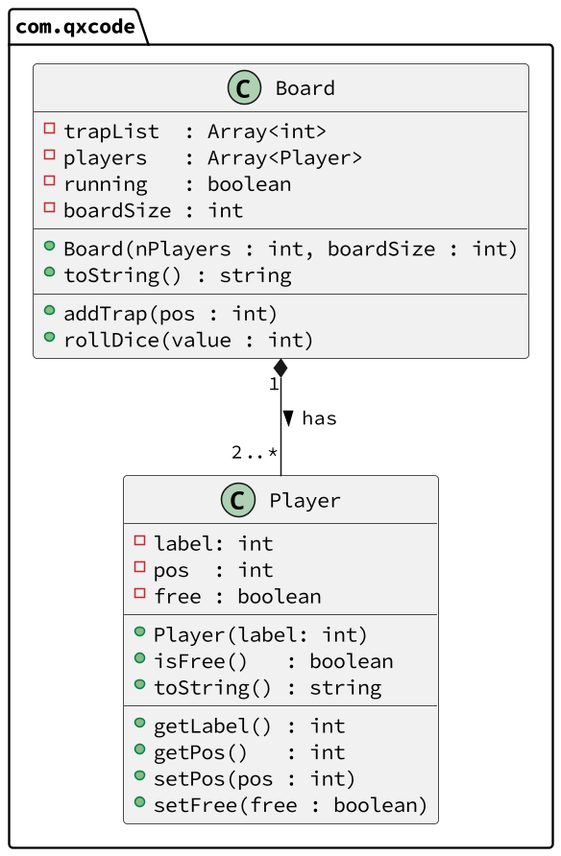
The PlantUML diagram base/041/diagrama.png in qxcodepoo/arcade, before a commit. The source it was exported from:
```plantuml
@startuml

skinparam defaultFontName Hasklig
skinparam dpi 150

package com.qxcode {
  class Player {
    - label: int
    - pos  : int
    - free : boolean
    __
    + Player(label: int)
    + isFree()   : boolean
    + toString() : string
    __
    + getLabel() : int
    + getPos()   : int
    + setPos(pos : int)
    + setFree(free : boolean)
  }

  class Board {
    - trapList  : Array<int>
    - players   : Array<Player>
    - running   : boolean
    - boardSize : int
    __
    + Board(nPlayers : int, boardSize : int)
    + toString() : string
    __
    + addTrap(pos : int)
    + rollDice(value : int)
  }
}
Board "1" *--  "2..*" Player : > has
@enduml
```
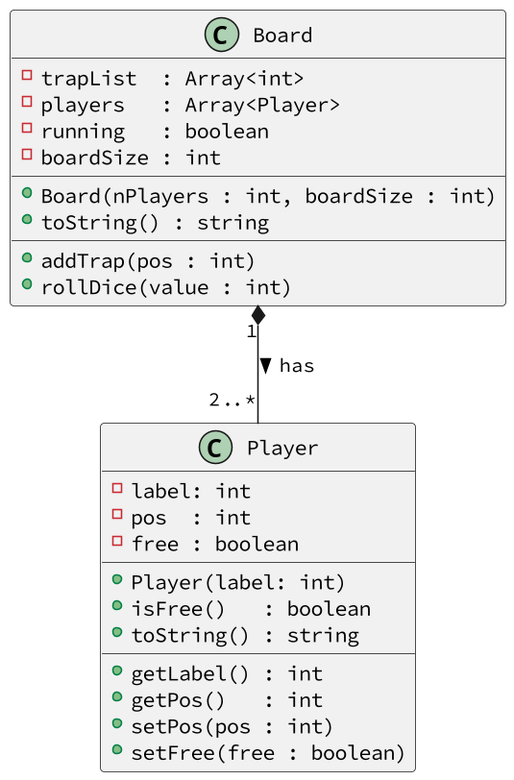
After the commit.

Diff of the diagram source:
```diff
@@ -2,8 +2,6 @@
 
 skinparam defaultFontName Hasklig
 skinparam dpi 150
-
-package com.qxcode {
   class Player {
     - label: int
     - pos  : int
@@ -31,6 +29,5 @@
     + addTrap(pos : int)
     + rollDice(value : int)
   }
-}
 Board "1" *--  "2..*" Player : > has
 @enduml
```
